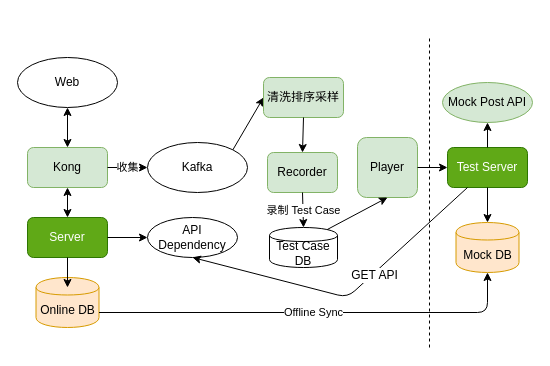
dongbin/AthenaX keeps this draw.io diagram as recorder.drawio. Above is the earlier version. Source tidied: cells renumbered, new cells numbered last; positions are measured from the earlier drawing's top-left corner, leaving out a move shared by most shapes. Both pictures are drawn from the tidied source at 100%, with x=0, y=0 at pixel (17, 37).
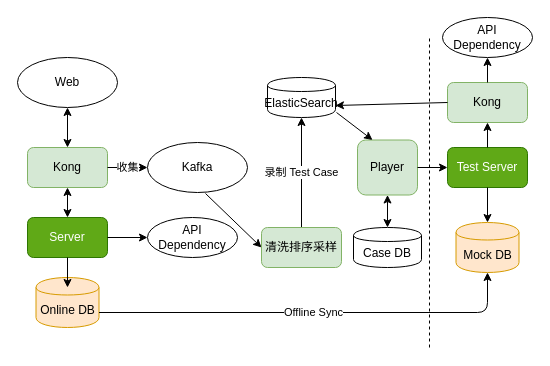
The same diagram, later.

The change refers to these unchanged cells:
```xml
<mxCell id="5" value="Kafka" style="ellipse;whiteSpace=wrap;html=1;" parent="1" vertex="1">
  <mxGeometry x="130" y="105" width="100" height="50" as="geometry" />
</mxCell>
<mxCell id="15" value="Test Server" style="rounded=1;whiteSpace=wrap;html=1;fillColor=#60a917;strokeColor=#2D7600;fontColor=#ffffff;" parent="1" vertex="1">
  <mxGeometry x="430" y="110" width="80" height="40" as="geometry" />
</mxCell>
<mxCell id="22" value="API Dependency" style="ellipse;whiteSpace=wrap;html=1;" parent="1" vertex="1">
  <mxGeometry x="130" y="180" width="90" height="40" as="geometry" />
</mxCell>
```

Change to the diagram source:
```diff
@@
-    <mxCell id="9" value="Recorder" style="rounded=1;whiteSpace=wrap;html=1;fillColor=#d5e8d4;strokeColor=#82b366;" parent="1" vertex="1">
-      <mxGeometry x="250" y="115" width="70" height="40" as="geometry" />
-    </mxCell>
-    <mxCell id="10" style="endArrow=classic;html=1;exitX=1;exitY=0;exitDx=0;exitDy=0;entryX=0;entryY=0.5;entryDx=0;entryDy=0;" parent="1" edge="1" source="5" target="27">
+    <mxCell id="10" style="endArrow=classic;html=1;exitX=0.58;exitY=1.02;exitDx=0;exitDy=0;entryX=0;entryY=0.5;entryDx=0;entryDy=0;exitPerimeter=0;" parent="1" edge="1" source="5" target="27">
       <mxGeometry relative="1" as="geometry" />
     </mxCell>
-    <mxCell id="11" value="Test Case DB" style="shape=cylinder;whiteSpace=wrap;html=1;boundedLbl=1;backgroundOutline=1;" parent="1" vertex="1">
-      <mxGeometry x="252" y="190" width="68" height="40" as="geometry" />
+    <mxCell id="11" value="ElasticSearch" style="shape=cylinder;whiteSpace=wrap;html=1;boundedLbl=1;backgroundOutline=1;" parent="1" vertex="1">
+      <mxGeometry x="250" y="40" width="68" height="40" as="geometry" />
     </mxCell>
-    <mxCell id="12" value="录制 Test Case" style="endArrow=classic;html=1;exitX=0.5;exitY=1;exitDx=0;exitDy=0;entryX=0.5;entryY=0;entryDx=0;entryDy=0;" parent="1" edge="1" source="9" target="11">
+    <mxCell id="12" value="录制 Test Case" style="endArrow=classic;html=1;exitX=0.5;exitY=0;exitDx=0;exitDy=0;" parent="1" edge="1" source="27" target="11">
       <mxGeometry relative="1" as="geometry" />
     </mxCell>
     <mxCell id="13" value="Player" style="rounded=1;whiteSpace=wrap;html=1;fillColor=#d5e8d4;strokeColor=#82b366;" parent="1" vertex="1">
-      <mxGeometry x="340" y="100" width="60" height="60" as="geometry" />
+      <mxGeometry x="340" y="102.5" width="60" height="55" as="geometry" />
     </mxCell>
-    <mxCell id="14" style="endArrow=classic;html=1;exitX=0.85;exitY=0.05;exitDx=0;exitDy=0;exitPerimeter=0;entryX=0.5;entryY=1;entryDx=0;entryDy=0;" parent="1" edge="1" source="11" target="13">
+    <mxCell id="14" style="endArrow=classic;html=1;exitX=1.015;exitY=0.875;exitDx=0;exitDy=0;exitPerimeter=0;entryX=0.25;entryY=0;entryDx=0;entryDy=0;" parent="1" edge="1" source="11" target="13">
       <mxGeometry relative="1" as="geometry" />
     </mxCell>
@@
-    <mxCell id="23" style="endArrow=classic;html=1;exitX=0.5;exitY=0;exitDx=0;exitDy=0;entryX=0.5;entryY=1;entryDx=0;entryDy=0;" parent="1" edge="1" source="15" target="24">
-      <mxGeometry relative="1" as="geometry" />
+    <mxCell id="23" style="endArrow=classic;html=1;exitX=0.5;exitY=0;exitDx=0;exitDy=0;entryX=0.5;entryY=1;entryDx=0;entryDy=0;" parent="1" edge="1" source="15">
+      <mxGeometry relative="1" as="geometry">
+        <mxPoint x="470" y="85" as="targetPoint" />
+      </mxGeometry>
     </mxCell>
-    <mxCell id="24" value="Mock Post API" style="ellipse;whiteSpace=wrap;html=1;fillColor=#d5e8d4;strokeColor=#82b366;" parent="1" vertex="1">
-      <mxGeometry x="425" y="45" width="90" height="40" as="geometry" />
-    </mxCell>
@@
     <mxCell id="27" value="清洗排序采样" style="rounded=1;whiteSpace=wrap;html=1;fillColor=#d5e8d4;strokeColor=#82b366;" parent="1" vertex="1">
-      <mxGeometry x="246" y="40" width="80" height="40" as="geometry" />
+      <mxGeometry x="244" y="190" width="80" height="40" as="geometry" />
     </mxCell>
-    <mxCell id="28" style="endArrow=classic;html=1;exitX=0.5;exitY=1;exitDx=0;exitDy=0;entryX=0.5;entryY=0;entryDx=0;entryDy=0;" parent="1" edge="1" source="27" target="9">
-      <mxGeometry relative="1" as="geometry" />
-    </mxCell>
-    <mxCell id="29" style="endArrow=classic;html=1;exitX=0.25;exitY=1;exitDx=0;exitDy=0;entryX=0.5;entryY=1;entryDx=0;entryDy=0;" parent="1" edge="1" source="15" target="22">
-      <mxGeometry relative="1" as="geometry">
-        <Array as="points">
-          <mxPoint x="330" y="260" />
-        </Array>
-      </mxGeometry>
-    </mxCell>
-    <mxCell id="30" value="GET API" style="text;html=1;align=center;verticalAlign=middle;labelBackgroundColor=#ffffff;" parent="29" vertex="1">
-      <mxGeometry x="-0.21" y="1" relative="1" as="geometry" />
-    </mxCell>
+    <mxCell id="31" value="Case DB" style="shape=cylinder;whiteSpace=wrap;html=1;boundedLbl=1;backgroundOutline=1;" parent="1" vertex="1">
+      <mxGeometry x="336" y="190" width="68" height="40" as="geometry" />
+    </mxCell>
+    <mxCell id="32" style="endArrow=classic;startArrow=classic;html=1;exitX=0.5;exitY=1;exitDx=0;exitDy=0;entryX=0.5;entryY=0;entryDx=0;entryDy=0;" parent="1" edge="1" source="13" target="31">
+      <mxGeometry relative="1" as="geometry" />
+    </mxCell>
+    <mxCell id="33" value="Kong" style="rounded=1;whiteSpace=wrap;html=1;fillColor=#d5e8d4;strokeColor=#82b366;" parent="1" vertex="1">
+      <mxGeometry x="430" y="45" width="80" height="40" as="geometry" />
+    </mxCell>
+    <mxCell id="34" value="API Dependency" style="ellipse;whiteSpace=wrap;html=1;" parent="1" vertex="1">
+      <mxGeometry x="425" y="-20" width="90" height="40" as="geometry" />
+    </mxCell>
+    <mxCell id="35" style="endArrow=classic;html=1;entryX=0.5;entryY=1;entryDx=0;entryDy=0;exitX=0.5;exitY=0;exitDx=0;exitDy=0;" parent="1" edge="1" source="33" target="34">
+      <mxGeometry relative="1" as="geometry" />
+    </mxCell>
+    <mxCell id="36" style="endArrow=classic;html=1;exitX=0;exitY=0.5;exitDx=0;exitDy=0;entryX=1;entryY=0.7;entryDx=0;entryDy=0;" parent="1" edge="1" source="33" target="11">
+      <mxGeometry relative="1" as="geometry" />
+    </mxCell>
```
